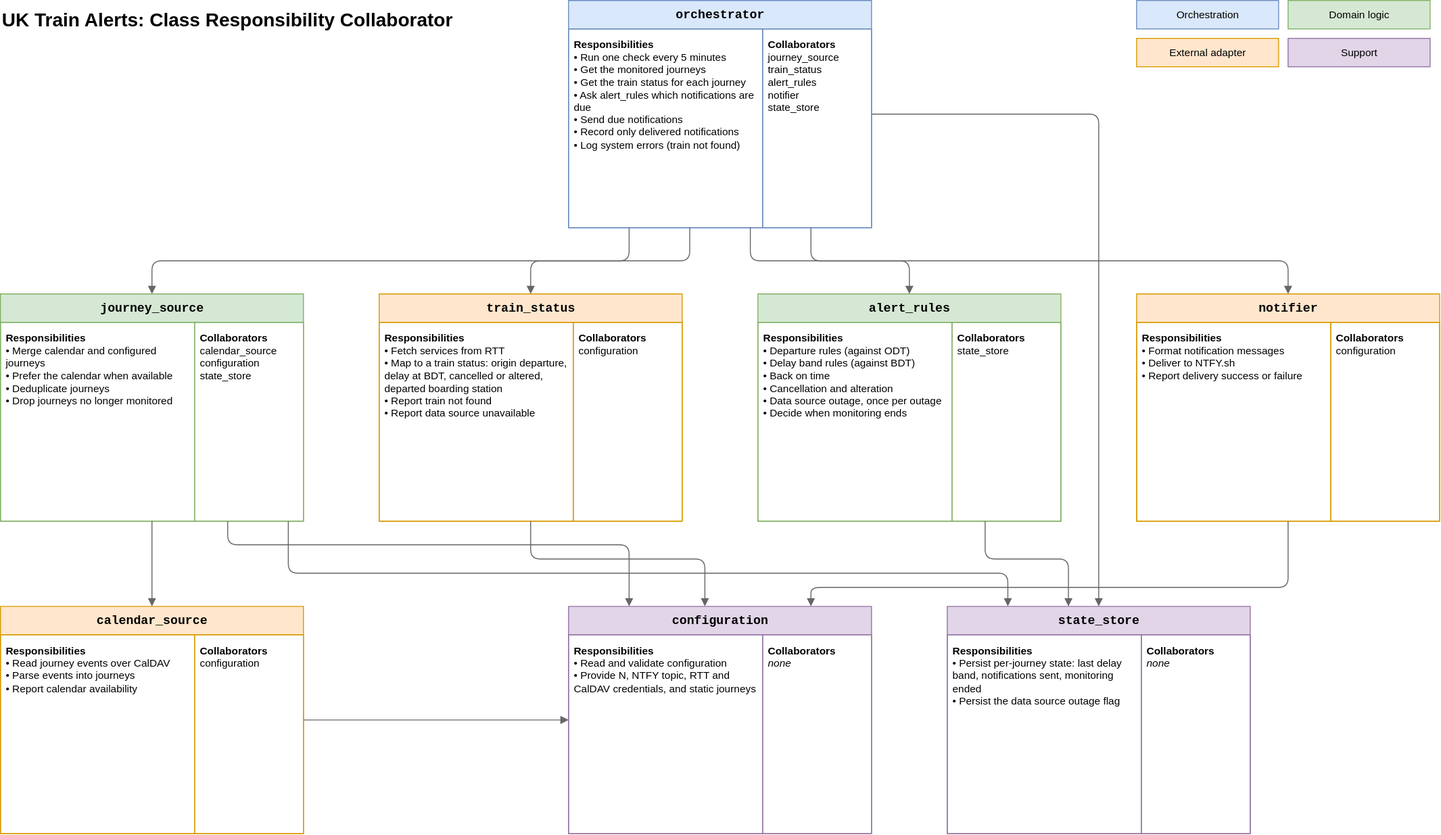
CrypticMeg/uk-train-alerts keeps this draw.io diagram as diagrams/crc.drawio.svg. Above is the earlier version. Source tidied: cells renumbered, new cells last; positions are measured from the earlier drawing's top-left corner, leaving out a move shared by most shapes.
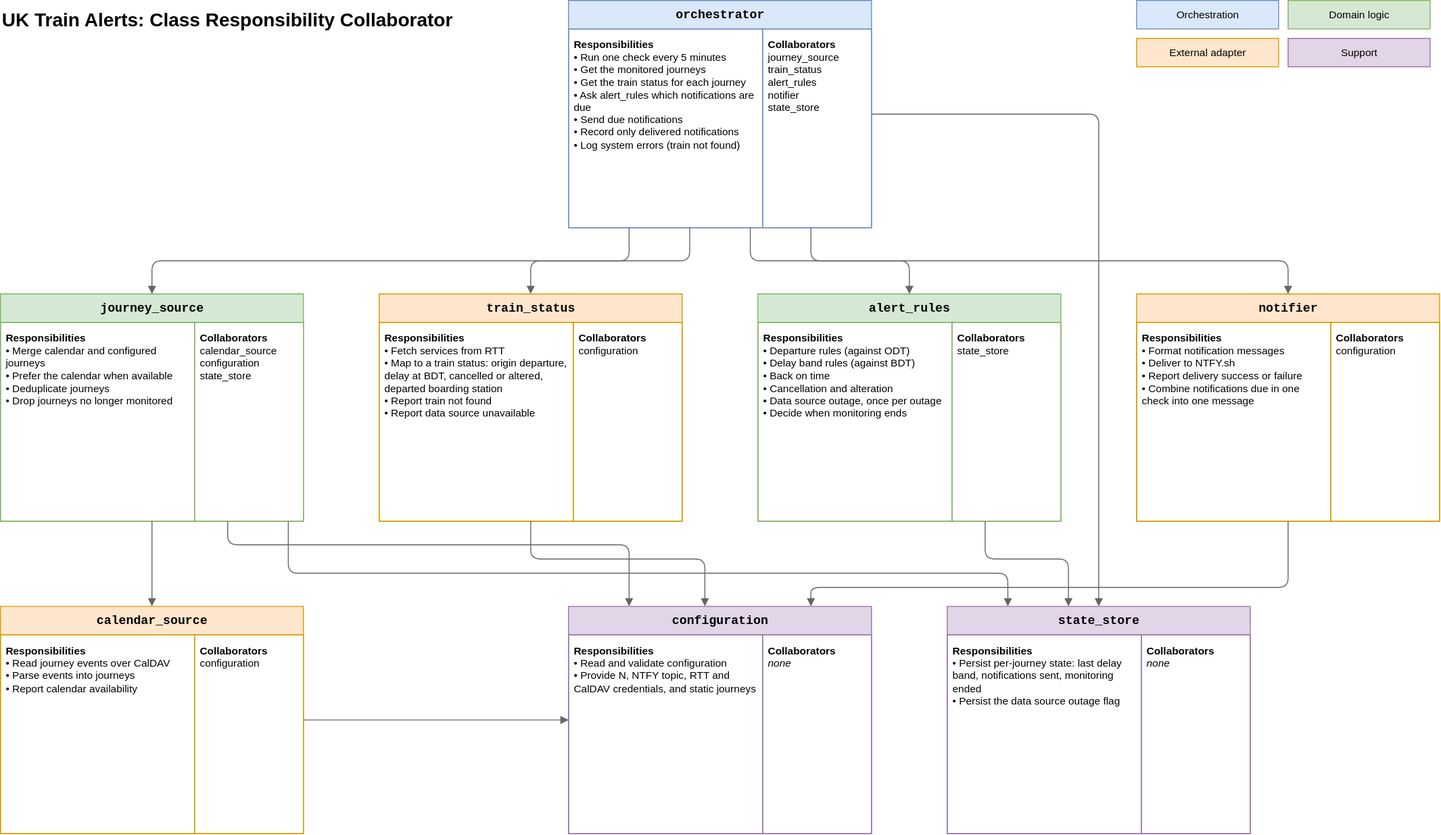
After the change.

Commit message:
DOCS-LLM: Added state machine diagram and caught a combined notification scenario

What changed in the source:
```diff
@@ -44,7 +44,7 @@
     <mxCell id="15" value="notifier" style="swimlane;html=1;startSize=30;fontStyle=1;fontSize=13;fontFamily=Courier New;fillColor=#ffe6cc;strokeColor=#d79b00;swimlaneFillColor=#ffffff;" parent="1" vertex="1">
       <mxGeometry x="1200" y="310" width="320" height="240" as="geometry" />
     </mxCell>
-    <mxCell id="16" value="&lt;b&gt;Responsibilities&lt;/b&gt;&lt;br&gt;• Format notification messages&lt;br&gt;• Deliver to NTFY.sh&lt;br&gt;• Report delivery success or failure" style="text;html=1;whiteSpace=wrap;align=left;verticalAlign=top;spacing=6;fontSize=11;fillColor=none;strokeColor=#d79b00;" parent="15" vertex="1">
+    <mxCell id="16" value="&lt;b&gt;Responsibilities&lt;/b&gt;&lt;br&gt;• Format notification messages&lt;br&gt;• Deliver to NTFY.sh&lt;br&gt;• Report delivery success or failure&lt;span style=&quot;white-space: pre;&quot;&gt;&#9;&lt;/span&gt;&lt;br&gt;• Combine notifications due in one check into one message&lt;span style=&quot;white-space: pre;&quot;&gt;&#9;&lt;/span&gt;&lt;div&gt;&lt;br&gt;&lt;/div&gt;" style="text;html=1;whiteSpace=wrap;align=left;verticalAlign=top;spacing=6;fontSize=11;fillColor=none;strokeColor=#d79b00;" parent="15" vertex="1">
       <mxGeometry y="30" width="205" height="210" as="geometry" />
     </mxCell>
     <mxCell id="17" value="&lt;b&gt;Collaborators&lt;/b&gt;&lt;br&gt;configuration" style="text;html=1;whiteSpace=wrap;align=left;verticalAlign=top;spacing=6;fontSize=11;fillColor=none;strokeColor=#d79b00;" parent="15" vertex="1">
```
